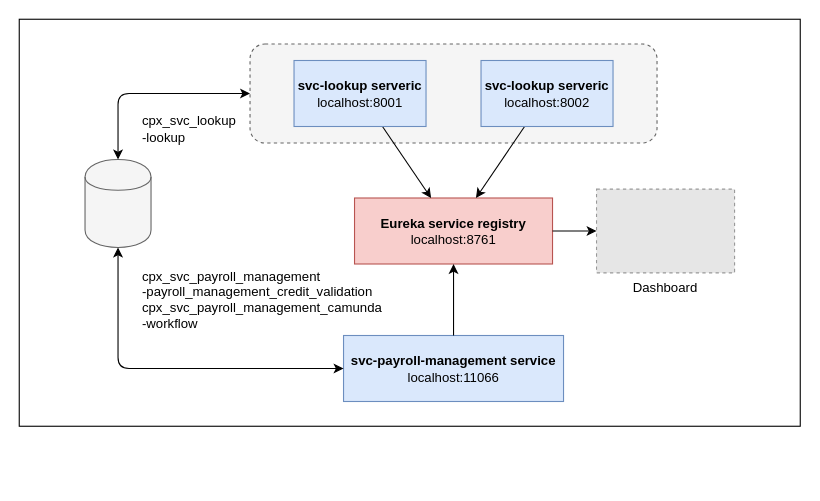
Before: Untitled Diagram.drawio in TiwakornKomut/dev-challenge, a draw.io diagram. Source tidied: cells renumbered, new cells numbered last; positions are measured from the earlier drawing's top-left corner, leaving out a move shared by most shapes. Both pictures are drawn from the tidied source at 110%, with x=0, y=0 at pixel (19, 19). Pictures stored in the file or linked from it are replaced by grey dashed boxes.
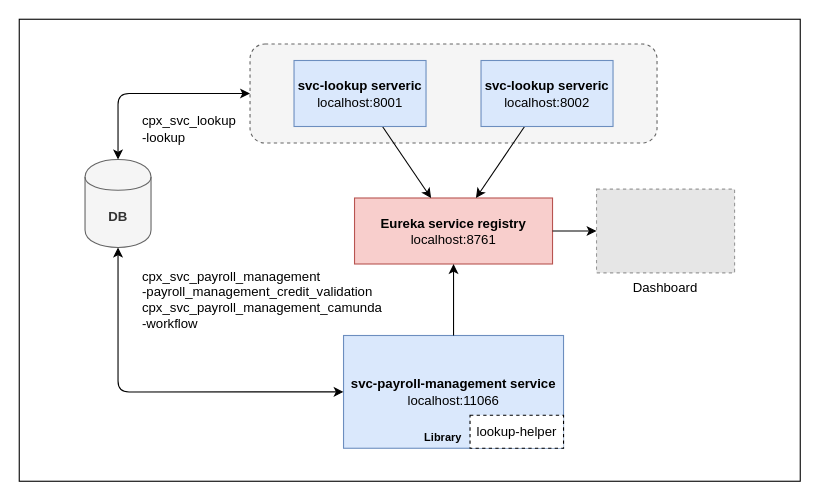
The same diagram, later.

Change to the diagram source:
```diff
@@
 <mxGraphModel>
   <root>
     <mxCell id="0" />
     <mxCell id="1" parent="0" />
     <mxCell id="2" style="rounded=0;whiteSpace=wrap;html=1;" parent="1" vertex="1">
-      <mxGeometry width="710" height="370" as="geometry" />
+      <mxGeometry width="710" height="420" as="geometry" />
     </mxCell>
     <mxCell id="3" style="rounded=1;whiteSpace=wrap;html=1;fillColor=#f5f5f5;strokeColor=#666666;fontColor=#333333;dashed=1;" parent="1" vertex="1">
       <mxGeometry x="209.8" y="22.5" width="370" height="90" as="geometry" />
     </mxCell>
     <mxCell id="4" value="&lt;b&gt;Eureka service registry&lt;/b&gt;&lt;br&gt;localhost:8761" style="rounded=0;whiteSpace=wrap;html=1;fillColor=#f8cecc;strokeColor=#b85450;" parent="1" vertex="1">
       <mxGeometry x="304.8" y="162.5" width="180" height="60" as="geometry" />
     </mxCell>
     <mxCell id="5" value="&lt;b&gt;svc-payroll-management service&lt;/b&gt;&lt;br&gt;localhost:11066" style="rounded=0;whiteSpace=wrap;html=1;fillColor=#dae8fc;strokeColor=#6c8ebf;" parent="1" vertex="1">
-      <mxGeometry x="294.8" y="287.5" width="200" height="60" as="geometry" />
+      <mxGeometry x="294.8" y="287.5" width="200" height="102.5" as="geometry" />
     </mxCell>
     <mxCell id="6" style="endArrow=classic;html=1;" parent="1" edge="1" source="12" target="4">
       <mxGeometry relative="1" as="geometry" />
     </mxCell>
     <mxCell id="7" style="endArrow=classic;html=1;" parent="1" edge="1" source="13" target="4">
       <mxGeometry relative="1" as="geometry" />
     </mxCell>
     <mxCell id="8" style="endArrow=classic;html=1;" parent="1" edge="1" source="5" target="4">
       <mxGeometry relative="1" as="geometry" />
     </mxCell>
-    <mxCell id="9" style="shape=cylinder;whiteSpace=wrap;html=1;boundedLbl=1;backgroundOutline=1;fillColor=#f5f5f5;strokeColor=#666666;fontColor=#333333;" parent="1" vertex="1">
+    <mxCell id="9" value="&lt;b&gt;DB&lt;/b&gt;" style="shape=cylinder;whiteSpace=wrap;html=1;boundedLbl=1;backgroundOutline=1;fillColor=#f5f5f5;strokeColor=#666666;fontColor=#333333;" parent="1" vertex="1">
       <mxGeometry x="59.8" y="127.5" width="60" height="80" as="geometry" />
     </mxCell>
     <mxCell id="10" style="edgeStyle=orthogonalEdgeStyle;rounded=1;jettySize=auto;html=1;exitX=0;exitY=0.5;exitDx=0;exitDy=0;entryX=0.5;entryY=1;entryDx=0;entryDy=0;startArrow=classic;startFill=1;endArrow=classic;endFill=1;" parent="1" edge="1" source="5" target="9">
       <mxGeometry relative="1" as="geometry" />
     </mxCell>
     <mxCell id="11" style="endArrow=classic;html=1;edgeStyle=orthogonalEdgeStyle;exitX=0.5;exitY=0;exitDx=0;exitDy=0;entryX=0;entryY=0.5;entryDx=0;entryDy=0;endFill=1;startArrow=classic;startFill=1;" parent="1" edge="1" source="9" target="3">
       <mxGeometry relative="1" as="geometry" />
     </mxCell>
     <mxCell id="12" value="&lt;b&gt;svc-lookup serveric&lt;/b&gt;&lt;br&gt;localhost:8001" style="rounded=0;whiteSpace=wrap;html=1;fillColor=#dae8fc;strokeColor=#6c8ebf;" parent="1" vertex="1">
       <mxGeometry x="249.8" y="37.5" width="120" height="60" as="geometry" />
     </mxCell>
     <mxCell id="13" value="&lt;b&gt;svc-lookup serveric&lt;/b&gt;&lt;br&gt;localhost:8002" style="rounded=0;whiteSpace=wrap;html=1;fillColor=#dae8fc;strokeColor=#6c8ebf;" parent="1" vertex="1">
       <mxGeometry x="419.8" y="37.5" width="120" height="60" as="geometry" />
     </mxCell>
     <mxCell id="14" value="Dashboard" style="fillColor=#E6E6E6;strokeColor=#999999;dashed=1;verticalLabelPosition=bottom;verticalAlign=top;" parent="1" vertex="1">
       <mxGeometry x="524.8" y="154.4" width="125.5" height="76.2" as="geometry" />
     </mxCell>
     <mxCell id="15" style="endArrow=classic;html=1;" parent="1" edge="1" source="4" target="14">
       <mxGeometry relative="1" as="geometry" />
     </mxCell>
     <mxCell id="16" value="cpx_svc_lookup&lt;br&gt;-lookup" style="text;html=1;align=left;verticalAlign=middle;fillColor=none;strokeColor=none;rounded=0;dashed=1;" parent="1" vertex="1">
       <mxGeometry x="109.8" y="85" width="100" height="30" as="geometry" />
     </mxCell>
     <mxCell id="17" value="cpx_svc_payroll_management&lt;br&gt;-payroll_management_credit_validation&lt;br&gt;cpx_svc_payroll_management_camunda&lt;br&gt;-workflow" style="text;html=1;align=left;verticalAlign=middle;fillColor=none;strokeColor=none;rounded=0;dashed=1;" parent="1" vertex="1">
       <mxGeometry x="109.8" y="225" width="230" height="60" as="geometry" />
     </mxCell>
+    <mxCell id="18" value="lookup-helper" style="rounded=0;whiteSpace=wrap;html=1;dashed=1;" parent="1" vertex="1">
+      <mxGeometry x="409.8" y="360" width="85" height="30" as="geometry" />
+    </mxCell>
+    <mxCell id="19" value="&lt;font style=&quot;font-size: 10px&quot;&gt;&lt;b&gt;Library&lt;/b&gt;&lt;/font&gt;" style="text;html=1;align=center;verticalAlign=middle;fillColor=none;strokeColor=none;rounded=0;dashed=1;" parent="1" vertex="1">
+      <mxGeometry x="359.8" y="370" width="50" height="20" as="geometry" />
+    </mxCell>
   </root>
 </mxGraphModel>
```
